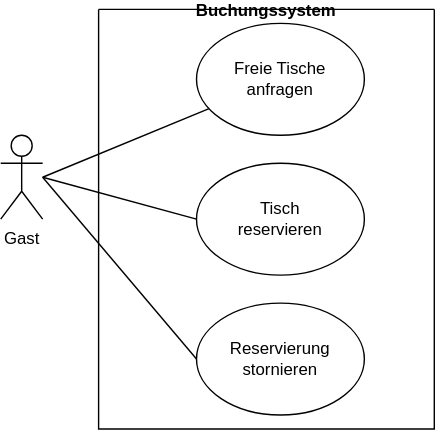
Above: UML-UseCase.drawio.svg in gsoTH/tischreservierung (draw.io), before the change. Source tidied: cells renumbered, new cells last; positions are measured from the earlier drawing's top-left corner, leaving out a move shared by most shapes. Source of this version:
```xml
<mxGraphModel>
  <root>
    <mxCell id="0" />
    <mxCell id="1" parent="0" />
    <mxCell id="2" style="rounded=0;jettySize=auto;html=1;endArrow=none;endFill=0;" parent="1" edge="1" target="6">
      <mxGeometry relative="1" as="geometry">
        <mxPoint x="30" y="120" as="sourcePoint" />
      </mxGeometry>
    </mxCell>
    <mxCell id="3" value="&lt;div&gt;Gast&lt;/div&gt;" style="shape=umlActor;verticalLabelPosition=bottom;verticalAlign=top;html=1;" parent="1" vertex="1">
      <mxGeometry y="90" width="30" height="60" as="geometry" />
    </mxCell>
    <mxCell id="4" value="Buchungssystem" style="swimlane;startSize=0;" parent="1" vertex="1">
      <mxGeometry x="70" width="240" height="300" as="geometry" />
    </mxCell>
    <mxCell id="5" value="&lt;div&gt;Tisch &lt;br&gt;reservieren&lt;/div&gt;" style="ellipse;whiteSpace=wrap;html=1;" parent="4" vertex="1">
      <mxGeometry x="70" y="110" width="120" height="80" as="geometry" />
    </mxCell>
    <mxCell id="6" value="Freie Tische &lt;br&gt;anfragen" style="ellipse;whiteSpace=wrap;html=1;" parent="4" vertex="1">
      <mxGeometry x="70" y="10" width="120" height="80" as="geometry" />
    </mxCell>
    <mxCell id="7" value="Reservierung &lt;br&gt;&lt;div&gt;stornieren&lt;/div&gt;" style="ellipse;whiteSpace=wrap;html=1;" parent="4" vertex="1">
      <mxGeometry x="70" y="210" width="120" height="80" as="geometry" />
    </mxCell>
    <mxCell id="8" style="rounded=0;jettySize=auto;html=1;endArrow=none;endFill=0;entryX=0;entryY=0.5;entryDx=0;entryDy=0;" parent="1" edge="1" target="5">
      <mxGeometry relative="1" as="geometry">
        <mxPoint x="30" y="120" as="sourcePoint" />
      </mxGeometry>
    </mxCell>
    <mxCell id="9" style="rounded=0;jettySize=auto;html=1;endArrow=none;endFill=0;entryX=0;entryY=0.5;entryDx=0;entryDy=0;" parent="1" edge="1" target="7">
      <mxGeometry relative="1" as="geometry">
        <mxPoint x="30" y="120" as="sourcePoint" />
      </mxGeometry>
    </mxCell>
  </root>
</mxGraphModel>
```
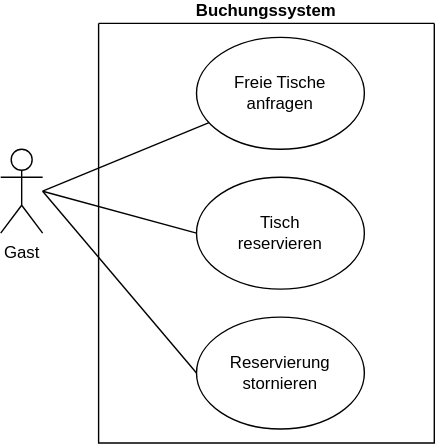
After the change.

Commit message:
Formatierung überarbeitet

The edit, as a diff of the source:
```diff
@@ -10,7 +10,7 @@
     <mxCell id="3" value="&lt;div&gt;Gast&lt;/div&gt;" style="shape=umlActor;verticalLabelPosition=bottom;verticalAlign=top;html=1;" parent="1" vertex="1">
       <mxGeometry y="90" width="30" height="60" as="geometry" />
     </mxCell>
-    <mxCell id="4" value="Buchungssystem" style="swimlane;startSize=0;" parent="1" vertex="1">
+    <mxCell id="4" value="Buchungssystem" style="swimlane;startSize=0;verticalAlign=bottom;" parent="1" vertex="1">
       <mxGeometry x="70" width="240" height="300" as="geometry" />
     </mxCell>
     <mxCell id="5" value="&lt;div&gt;Tisch &lt;br&gt;reservieren&lt;/div&gt;" style="ellipse;whiteSpace=wrap;html=1;" parent="4" vertex="1">
```
